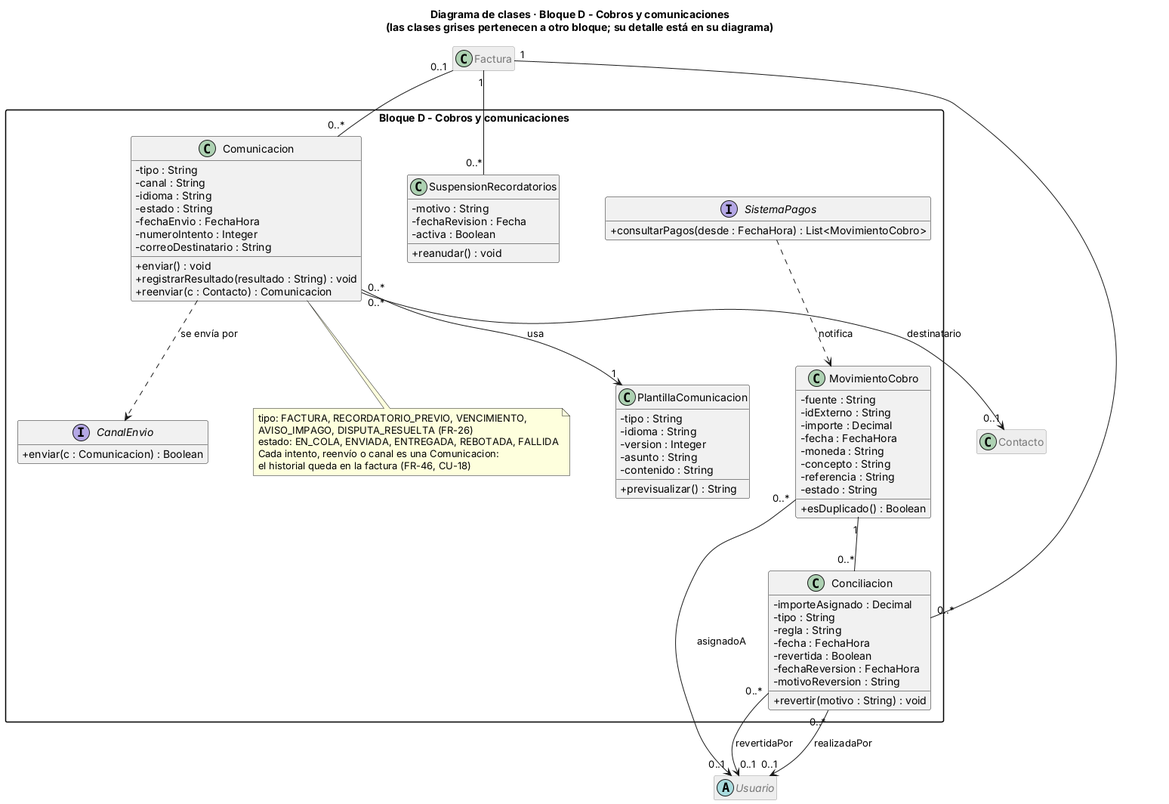
The PlantUML diagram BORRADORES/Borradores_Diagrama_De_Clases/PROPUESTA_PABLO_FERNANDEZ_CARABANTES/POSIBLE PUESTA EN COMUN/diagrama_clases_bloque_D.png in suqihao-star/JIRAFAS, before a commit. Source of this version:
```plantuml
@startuml clases_bloque_D
skinparam classAttributeIconSize 0
skinparam packageStyle rectangle
skinparam nodesep 60
skinparam ranksep 70
hide empty members
title Diagrama de clases · Bloque D - Cobros y comunicaciones\n(las clases grises pertenecen a otro bloque; su detalle está en su diagrama)
skinparam class {
  BackgroundColor<<otroBloque>> #EEEEEE
  BorderColor<<otroBloque>> #999999
  FontColor<<otroBloque>> #777777
}
hide <<otroBloque>> stereotype
hide <<otroBloque>> members

package "Bloque D - Cobros y comunicaciones" {

  interface SistemaPagos {
    + consultarPagos(desde : FechaHora) : List<MovimientoCobro>
  }

  interface CanalEnvio {
    + enviar(c : Comunicacion) : Boolean
  }

  class MovimientoCobro {
    - fuente : String
    - idExterno : String
    - importe : Decimal
    - fecha : FechaHora
    - moneda : String
    - concepto : String
    - referencia : String
    - estado : String
    + esDuplicado() : Boolean
  }

  class Conciliacion {
    - importeAsignado : Decimal
    - tipo : String
    - regla : String
    - fecha : FechaHora
    - revertida : Boolean
    - fechaReversion : FechaHora
    - motivoReversion : String
    + revertir(motivo : String) : void
  }

  class Comunicacion {
    - tipo : String
    - canal : String
    - idioma : String
    - estado : String
    - fechaEnvio : FechaHora
    - numeroIntento : Integer
    - correoDestinatario : String
    + enviar() : void
    + registrarResultado(resultado : String) : void
    + reenviar(c : Contacto) : Comunicacion
  }
  note bottom of Comunicacion
    tipo: FACTURA, RECORDATORIO_PREVIO, VENCIMIENTO,
    AVISO_IMPAGO, DISPUTA_RESUELTA (FR-26)
    estado: EN_COLA, ENVIADA, ENTREGADA, REBOTADA, FALLIDA
    Cada intento, reenvío o canal es una Comunicacion:
    el historial queda en la factura (FR-46, CU-18)
  end note

  class PlantillaComunicacion {
    - tipo : String
    - idioma : String
    - version : Integer
    - asunto : String
    - contenido : String
    + previsualizar() : String
  }

  class SuspensionRecordatorios {
    - motivo : String
    - fechaRevision : Fecha
    - activa : Boolean
    + reanudar() : void
  }
}

class Factura <<otroBloque>>
abstract class Usuario <<otroBloque>>
class Contacto <<otroBloque>>

SistemaPagos ..> MovimientoCobro : notifica
MovimientoCobro "1" -- "0..*" Conciliacion
Factura "1" -- "0..*" Conciliacion
Conciliacion "0..*" --> "0..1" Usuario : realizadaPor
Conciliacion "0..*" --> "0..1" Usuario : revertidaPor
MovimientoCobro "0..*" --> "0..1" Usuario : asignadoA
Factura "0..1" -- "0..*" Comunicacion
Comunicacion "0..*" --> "0..1" Contacto : destinatario
Comunicacion "0..*" --> "1" PlantillaComunicacion : usa
Comunicacion ..> CanalEnvio : se envía por
Factura "1" -- "0..*" SuspensionRecordatorios
@enduml
```
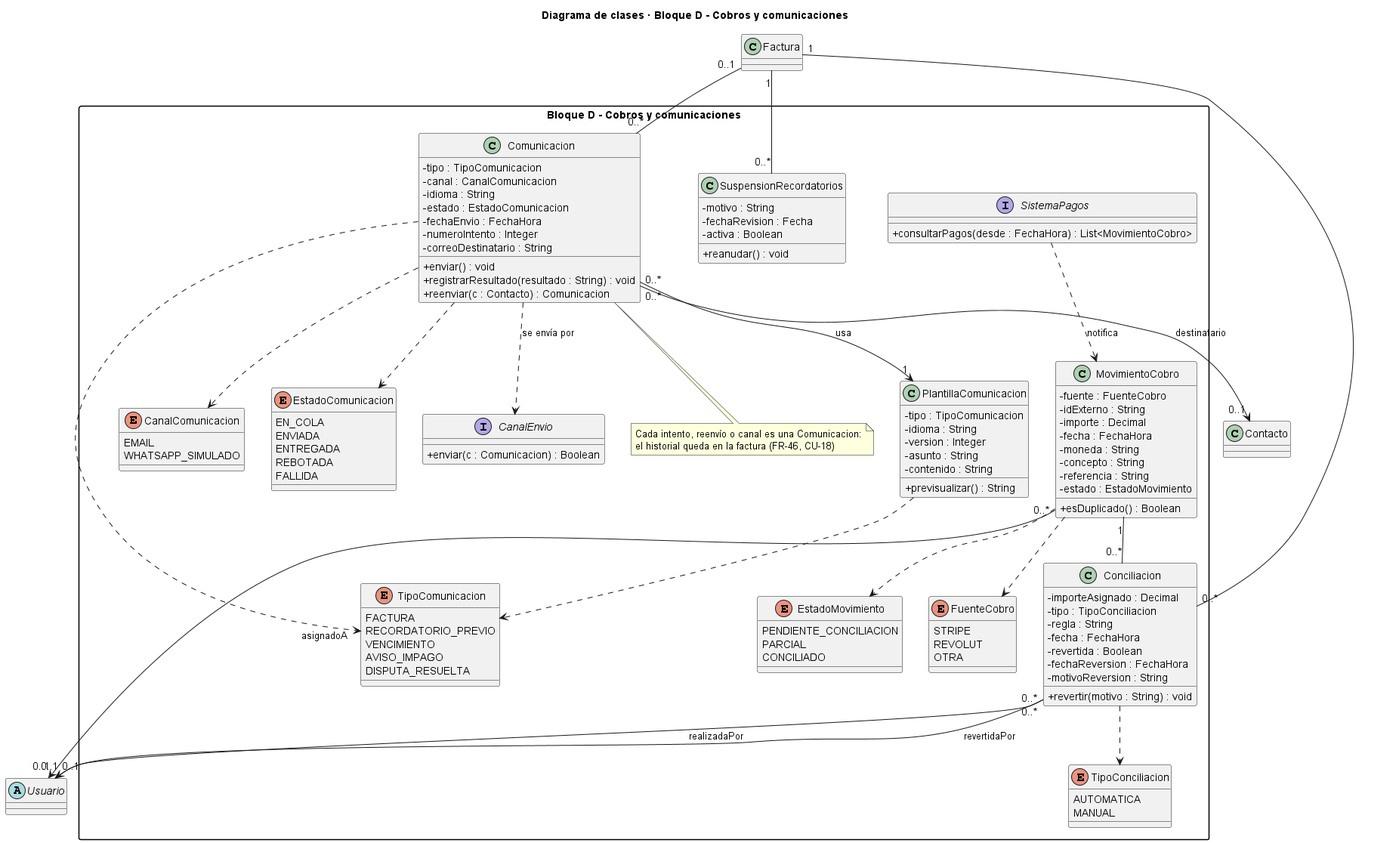
Later version of the same file.

Commit message:
Imagenes diagramas de clases por bloques con ENUM

Change to the diagram source:
```diff
@@ -1,43 +1,29 @@
-@startuml clases_bloque_D
+@startuml diagrama_clases_bloque_D
+title Diagrama de clases · Bloque D - Cobros y comunicaciones
 skinparam classAttributeIconSize 0
 skinparam packageStyle rectangle
-skinparam nodesep 60
-skinparam ranksep 70
-hide empty members
-title Diagrama de clases · Bloque D - Cobros y comunicaciones\n(las clases grises pertenecen a otro bloque; su detalle está en su diagrama)
-skinparam class {
-  BackgroundColor<<otroBloque>> #EEEEEE
-  BorderColor<<otroBloque>> #999999
-  FontColor<<otroBloque>> #777777
-}
-hide <<otroBloque>> stereotype
-hide <<otroBloque>> members
-
 package "Bloque D - Cobros y comunicaciones" {
-
   interface SistemaPagos {
     + consultarPagos(desde : FechaHora) : List<MovimientoCobro>
   }
-
   interface CanalEnvio {
     + enviar(c : Comunicacion) : Boolean
   }
-
   class MovimientoCobro {
-    - fuente : String
+    - fuente : FuenteCobro
     - idExterno : String
     - importe : Decimal
     - fecha : FechaHora
     - moneda : String
     - concepto : String
     - referencia : String
-    - estado : String
+    - estado : EstadoMovimiento
     + esDuplicado() : Boolean
   }
 
   class Conciliacion {
     - importeAsignado : Decimal
-    - tipo : String
+    - tipo : TipoConciliacion
     - regla : String
     - fecha : FechaHora
     - revertida : Boolean
@@ -47,10 +33,10 @@
   }
 
   class Comunicacion {
-    - tipo : String
-    - canal : String
+    - tipo : TipoComunicacion
+    - canal : CanalComunicacion
     - idioma : String
-    - estado : String
+    - estado : EstadoComunicacion
     - fechaEnvio : FechaHora
     - numeroIntento : Integer
     - correoDestinatario : String
@@ -59,15 +45,11 @@
     + reenviar(c : Contacto) : Comunicacion
   }
   note bottom of Comunicacion
-    tipo: FACTURA, RECORDATORIO_PREVIO, VENCIMIENTO,
-    AVISO_IMPAGO, DISPUTA_RESUELTA (FR-26)
-    estado: EN_COLA, ENVIADA, ENTREGADA, REBOTADA, FALLIDA
     Cada intento, reenvío o canal es una Comunicacion:
     el historial queda en la factura (FR-46, CU-18)
   end note
-
   class PlantillaComunicacion {
-    - tipo : String
+    - tipo : TipoComunicacion
     - idioma : String
     - version : Integer
     - asunto : String
@@ -81,11 +63,44 @@
     - activa : Boolean
     + reanudar() : void
   }
+
+  enum FuenteCobro {
+    STRIPE
+    REVOLUT
+    OTRA
+  }
+  enum EstadoMovimiento {
+    PENDIENTE_CONCILIACION
+    PARCIAL
+    CONCILIADO
+  }
+  enum TipoConciliacion {
+    AUTOMATICA
+    MANUAL
+  }
+  enum TipoComunicacion {
+    FACTURA
+    RECORDATORIO_PREVIO
+    VENCIMIENTO
+    AVISO_IMPAGO
+    DISPUTA_RESUELTA
+  }
+  enum CanalComunicacion {
+    EMAIL
+    WHATSAPP_SIMULADO
+  }
+  enum EstadoComunicacion {
+    EN_COLA
+    ENVIADA
+    ENTREGADA
+    REBOTADA
+    FALLIDA
+  }
 }
 
-class Factura <<otroBloque>>
-abstract class Usuario <<otroBloque>>
-class Contacto <<otroBloque>>
+class Factura
+abstract class Usuario
+class Contacto
 
 SistemaPagos ..> MovimientoCobro : notifica
 MovimientoCobro "1" -- "0..*" Conciliacion
@@ -98,4 +113,11 @@
 Comunicacion "0..*" --> "1" PlantillaComunicacion : usa
 Comunicacion ..> CanalEnvio : se envía por
 Factura "1" -- "0..*" SuspensionRecordatorios
+MovimientoCobro ..> FuenteCobro
+MovimientoCobro ..> EstadoMovimiento
+Conciliacion ..> TipoConciliacion
+Comunicacion ..> TipoComunicacion
+Comunicacion ..> CanalComunicacion
+Comunicacion ..> EstadoComunicacion
+PlantillaComunicacion ..> TipoComunicacion
 @enduml
```
